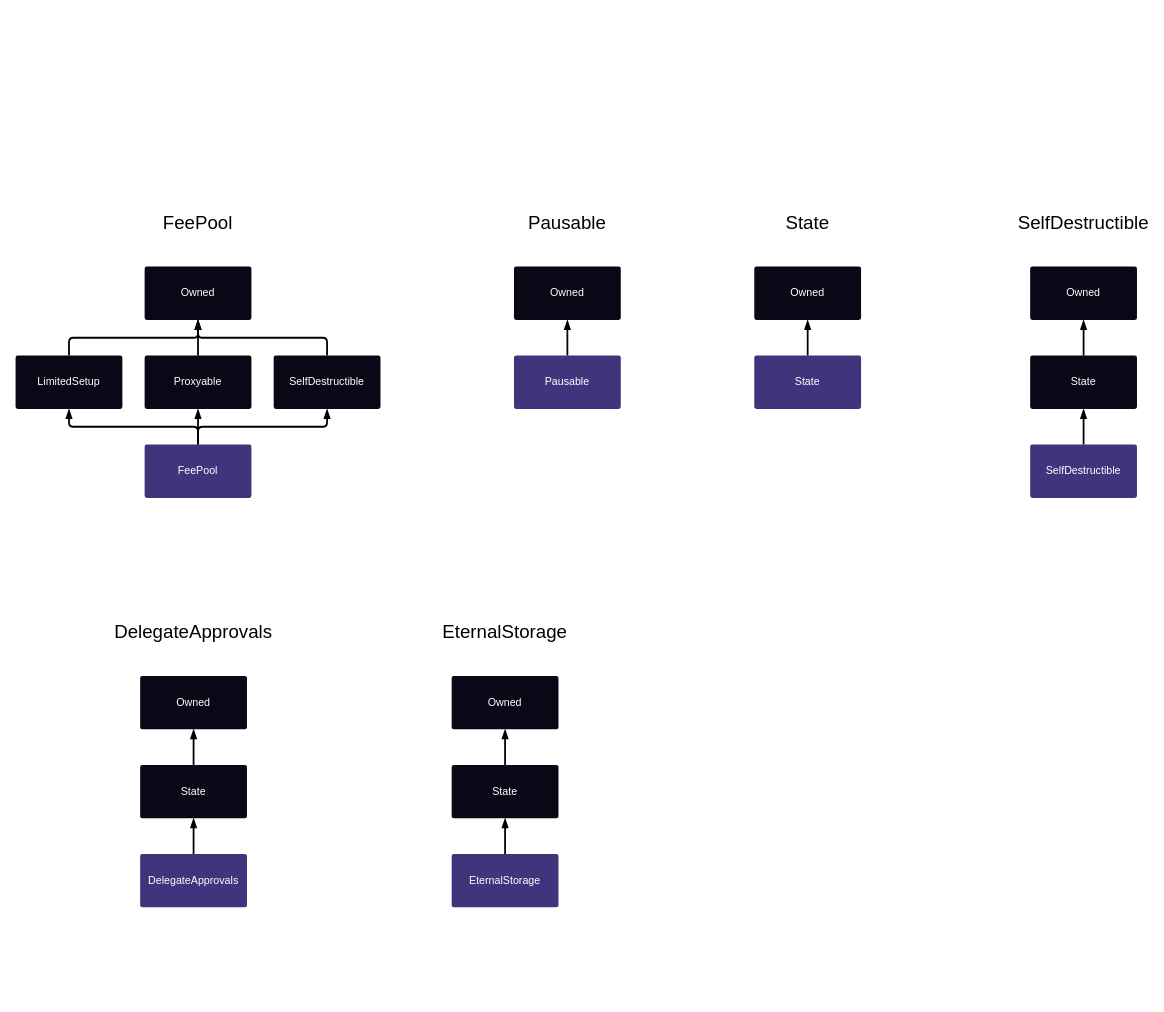
The draw.io diagram docs/img/graphs/synthetix-docs-graphs.drawio in Synthetixio/synthetix, before the edit. Source tidied: cells renumbered, new cells numbered last; positions are measured from the earlier drawing's top-left corner, leaving out a move shared by most shapes. Both pictures are drawn from the tidied source at 89%, with x=0, y=0 at pixel (15, 213).
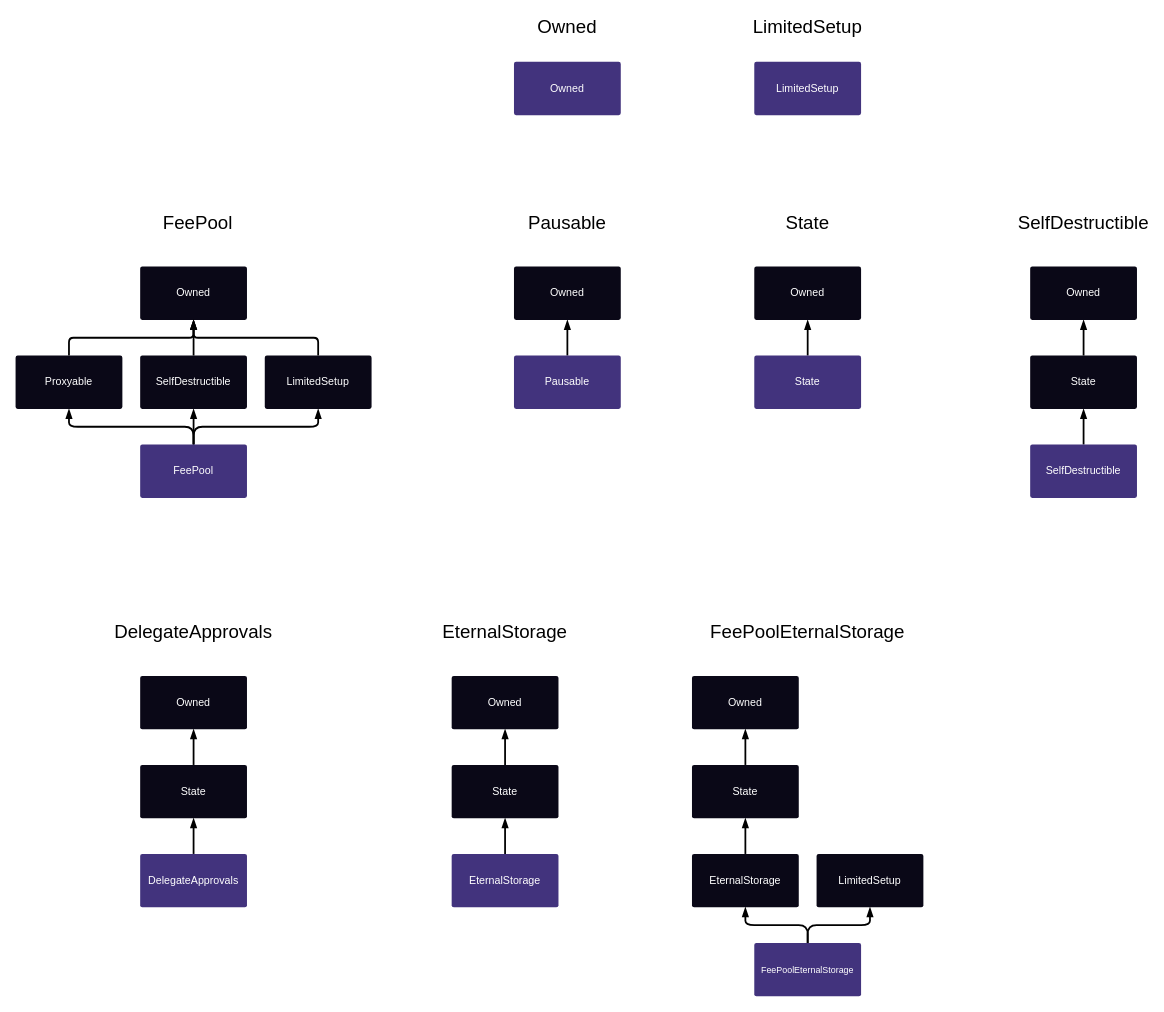
After the change.

Change to the diagram source:
```diff
@@
-    <mxCell id="2" style="edgeStyle=orthogonalEdgeStyle;rounded=1;jettySize=auto;html=1;exitX=0.5;exitY=0;exitDx=0;exitDy=0;entryX=0.5;entryY=1;entryDx=0;entryDy=0;strokeWidth=2;arcSize=10;endArrow=blockThin;endFill=1;" parent="1" edge="1" source="5" target="7">
+    <mxCell id="2" style="edgeStyle=orthogonalEdgeStyle;rounded=1;jettySize=auto;html=1;exitX=0.5;exitY=0;exitDx=0;exitDy=0;entryX=0.5;entryY=1;entryDx=0;entryDy=0;endArrow=blockThin;endFill=1;strokeWidth=2;fontSize=21;" parent="1" edge="1" source="5" target="7">
       <mxGeometry relative="1" as="geometry" />
     </mxCell>
+    <mxCell id="4" style="edgeStyle=orthogonalEdgeStyle;rounded=1;jettySize=auto;html=1;exitX=0.5;exitY=0;exitDx=0;exitDy=0;entryX=0.5;entryY=1;entryDx=0;entryDy=0;endArrow=blockThin;endFill=1;strokeWidth=2;fontSize=21;" parent="1" edge="1" source="5" target="12">
+      <mxGeometry relative="1" as="geometry" />
+    </mxCell>
-    <mxCell id="3" style="edgeStyle=orthogonalEdgeStyle;rounded=1;jettySize=auto;html=1;exitX=0.5;exitY=0;exitDx=0;exitDy=0;strokeWidth=2;arcSize=10;endArrow=blockThin;endFill=1;" parent="1" edge="1" source="5" target="10">
-      <mxGeometry relative="1" as="geometry">
-        <Array as="points">
-          <mxPoint x="205" y="240" />
-          <mxPoint x="350" y="240" />
-        </Array>
-      </mxGeometry>
+    <mxCell id="3" style="edgeStyle=orthogonalEdgeStyle;rounded=1;jettySize=auto;html=1;exitX=0.5;exitY=0;exitDx=0;exitDy=0;entryX=0.5;entryY=1;entryDx=0;entryDy=0;endArrow=blockThin;endFill=1;strokeWidth=2;fontSize=21;" parent="1" edge="1" source="5" target="10">
+      <mxGeometry relative="1" as="geometry" />
     </mxCell>
-    <mxCell id="4" style="edgeStyle=orthogonalEdgeStyle;rounded=1;jettySize=auto;html=1;exitX=0.5;exitY=0;exitDx=0;exitDy=0;strokeWidth=2;arcSize=10;endArrow=blockThin;endFill=1;" parent="1" edge="1" source="5" target="12">
-      <mxGeometry relative="1" as="geometry">
-        <Array as="points">
-          <mxPoint x="205" y="240" />
-          <mxPoint x="60" y="240" />
-        </Array>
-      </mxGeometry>
-    </mxCell>
     <mxCell id="5" value="&lt;font color=&quot;#FFFFFF&quot;&gt;FeePool&lt;/font&gt;" style="rounded=1;whiteSpace=wrap;html=1;fillColor=#42337D;strokeColor=none;arcSize=4;gradientColor=none;" parent="1" vertex="1">
-      <mxGeometry x="145" y="260" width="120" height="60" as="geometry" />
+      <mxGeometry x="140" y="260" width="120" height="60" as="geometry" />
     </mxCell>
@@
-    <mxCell id="7" value="&lt;font color=&quot;#FFFFFF&quot;&gt;Proxyable&lt;/font&gt;" style="rounded=1;whiteSpace=wrap;html=1;fillColor=#0a0817;strokeColor=none;arcSize=4;" parent="1" vertex="1">
-      <mxGeometry x="145" y="160" width="120" height="60" as="geometry" />
+    <mxCell id="7" value="&lt;font color=&quot;#FFFFFF&quot;&gt;SelfDestructible&lt;/font&gt;" style="rounded=1;whiteSpace=wrap;html=1;fillColor=#0a0817;strokeColor=none;arcSize=4;" parent="1" vertex="1">
+      <mxGeometry x="140" y="160" width="120" height="60" as="geometry" />
     </mxCell>
     <mxCell id="8" value="&lt;font color=&quot;#FFFFFF&quot;&gt;Owned&lt;/font&gt;" style="rounded=1;whiteSpace=wrap;html=1;fillColor=#0a0817;strokeColor=none;arcSize=4;" parent="1" vertex="1">
-      <mxGeometry x="145" y="60" width="120" height="60" as="geometry" />
+      <mxGeometry x="140" y="60" width="120" height="60" as="geometry" />
     </mxCell>
@@
-    <mxCell id="10" value="&lt;div&gt;&lt;font color=&quot;#FFFFFF&quot;&gt;SelfDestructible&lt;/font&gt;&lt;/div&gt;" style="rounded=1;whiteSpace=wrap;html=1;fillColor=#0a0817;strokeColor=none;arcSize=4;" parent="1" vertex="1">
-      <mxGeometry x="290" y="160" width="120" height="60" as="geometry" />
+    <mxCell id="10" value="&lt;div&gt;&lt;font color=&quot;#FFFFFF&quot;&gt;LimitedSetup&lt;/font&gt;&lt;/div&gt;" style="rounded=1;whiteSpace=wrap;html=1;fillColor=#0a0817;strokeColor=none;arcSize=4;" parent="1" vertex="1">
+      <mxGeometry x="280" y="160" width="120" height="60" as="geometry" />
     </mxCell>
@@
-    <mxCell id="12" value="&lt;font style=&quot;font-size: 12px&quot; color=&quot;#FFFFFF&quot;&gt;LimitedSetup&lt;/font&gt;" style="rounded=1;whiteSpace=wrap;html=1;fillColor=#0a0817;strokeColor=none;arcSize=4;" parent="1" vertex="1">
+    <mxCell id="12" value="&lt;font style=&quot;font-size: 12px&quot; color=&quot;#FFFFFF&quot;&gt;Proxyable&lt;/font&gt;" style="rounded=1;whiteSpace=wrap;html=1;fillColor=#0a0817;strokeColor=none;arcSize=4;" parent="1" vertex="1">
       <mxGeometry y="160" width="120" height="60" as="geometry" />
     </mxCell>
@@
+    <mxCell id="40" style="edgeStyle=orthogonalEdgeStyle;rounded=1;jettySize=auto;html=1;exitX=0.5;exitY=0;exitDx=0;exitDy=0;entryX=0.5;entryY=1;entryDx=0;entryDy=0;strokeWidth=2;arcSize=10;endArrow=blockThin;endFill=1;" parent="1" edge="1" source="41" target="43">
+      <mxGeometry relative="1" as="geometry" />
+    </mxCell>
+    <mxCell id="41" value="&lt;font color=&quot;#FFFFFF&quot;&gt;EternalStorage&lt;/font&gt;" style="rounded=1;whiteSpace=wrap;html=1;fillColor=#0A0817;strokeColor=none;arcSize=4;gradientColor=none;" parent="1" vertex="1">
+      <mxGeometry x="760" y="720" width="120" height="60" as="geometry" />
+    </mxCell>
+    <mxCell id="42" style="edgeStyle=orthogonalEdgeStyle;rounded=1;jettySize=auto;html=1;exitX=0.5;exitY=0;exitDx=0;exitDy=0;entryX=0.5;entryY=1;entryDx=0;entryDy=0;endArrow=blockThin;endFill=1;strokeWidth=2;fontSize=21;" parent="1" edge="1" source="43" target="45">
+      <mxGeometry relative="1" as="geometry" />
+    </mxCell>
+    <mxCell id="43" value="&lt;font color=&quot;#FFFFFF&quot;&gt;State&lt;/font&gt;" style="rounded=1;whiteSpace=wrap;html=1;fillColor=#0a0817;strokeColor=none;arcSize=4;" parent="1" vertex="1">
+      <mxGeometry x="760" y="620" width="120" height="60" as="geometry" />
+    </mxCell>
+    <mxCell id="44" value="&lt;div&gt;FeePoolEternalStorage&lt;/div&gt;" style="text;html=1;strokeColor=none;fillColor=none;align=center;verticalAlign=middle;whiteSpace=wrap;rounded=0;fontSize=21;" parent="1" vertex="1">
+      <mxGeometry x="870" y="460" width="40" height="20" as="geometry" />
+    </mxCell>
+    <mxCell id="45" value="&lt;font color=&quot;#FFFFFF&quot;&gt;Owned&lt;/font&gt;" style="rounded=1;whiteSpace=wrap;html=1;fillColor=#0a0817;strokeColor=none;arcSize=4;" parent="1" vertex="1">
+      <mxGeometry x="760" y="520" width="120" height="60" as="geometry" />
+    </mxCell>
+    <mxCell id="46" style="edgeStyle=orthogonalEdgeStyle;rounded=1;jettySize=auto;html=1;exitX=0.5;exitY=0;exitDx=0;exitDy=0;entryX=0.5;entryY=1;entryDx=0;entryDy=0;endArrow=blockThin;endFill=1;strokeWidth=2;fontSize=21;" parent="1" edge="1" source="48" target="41">
+      <mxGeometry relative="1" as="geometry" />
+    </mxCell>
+    <mxCell id="47" style="edgeStyle=orthogonalEdgeStyle;rounded=1;jettySize=auto;html=1;exitX=0.5;exitY=0;exitDx=0;exitDy=0;endArrow=blockThin;endFill=1;strokeWidth=2;fontSize=21;" parent="1" edge="1" source="48" target="49">
+      <mxGeometry relative="1" as="geometry" />
+    </mxCell>
+    <mxCell id="48" value="&lt;font style=&quot;font-size: 10px&quot; color=&quot;#FFFFFF&quot;&gt;FeePoolEternalStorage&lt;/font&gt;" style="rounded=1;whiteSpace=wrap;html=1;fillColor=#42337D;strokeColor=none;arcSize=4;gradientColor=none;" parent="1" vertex="1">
+      <mxGeometry x="830" y="820" width="120" height="60" as="geometry" />
+    </mxCell>
+    <mxCell id="49" value="&lt;font color=&quot;#FFFFFF&quot;&gt;LimitedSetup&lt;/font&gt;" style="rounded=1;whiteSpace=wrap;html=1;fillColor=#0A0817;strokeColor=none;arcSize=4;gradientColor=none;" parent="1" vertex="1">
+      <mxGeometry x="900" y="720" width="120" height="60" as="geometry" />
+    </mxCell>
+    <mxCell id="50" value="&lt;font color=&quot;#FFFFFF&quot;&gt;Owned&lt;/font&gt;" style="rounded=1;whiteSpace=wrap;html=1;fillColor=#42337D;strokeColor=none;arcSize=4;" parent="1" vertex="1">
+      <mxGeometry x="560" y="-170" width="120" height="60" as="geometry" />
+    </mxCell>
+    <mxCell id="51" value="Owned" style="text;html=1;strokeColor=none;fillColor=none;align=center;verticalAlign=middle;whiteSpace=wrap;rounded=0;fontSize=21;" parent="1" vertex="1">
+      <mxGeometry x="600" y="-220" width="40" height="20" as="geometry" />
+    </mxCell>
+    <mxCell id="52" value="&lt;font color=&quot;#FFFFFF&quot;&gt;LimitedSetup&lt;/font&gt;" style="rounded=1;whiteSpace=wrap;html=1;fillColor=#42337D;strokeColor=none;arcSize=4;" parent="1" vertex="1">
+      <mxGeometry x="830" y="-170" width="120" height="60" as="geometry" />
+    </mxCell>
+    <mxCell id="53" value="LimitedSetup" style="text;html=1;strokeColor=none;fillColor=none;align=center;verticalAlign=middle;whiteSpace=wrap;rounded=0;fontSize=21;" parent="1" vertex="1">
+      <mxGeometry x="870" y="-220" width="40" height="20" as="geometry" />
+    </mxCell>
```
